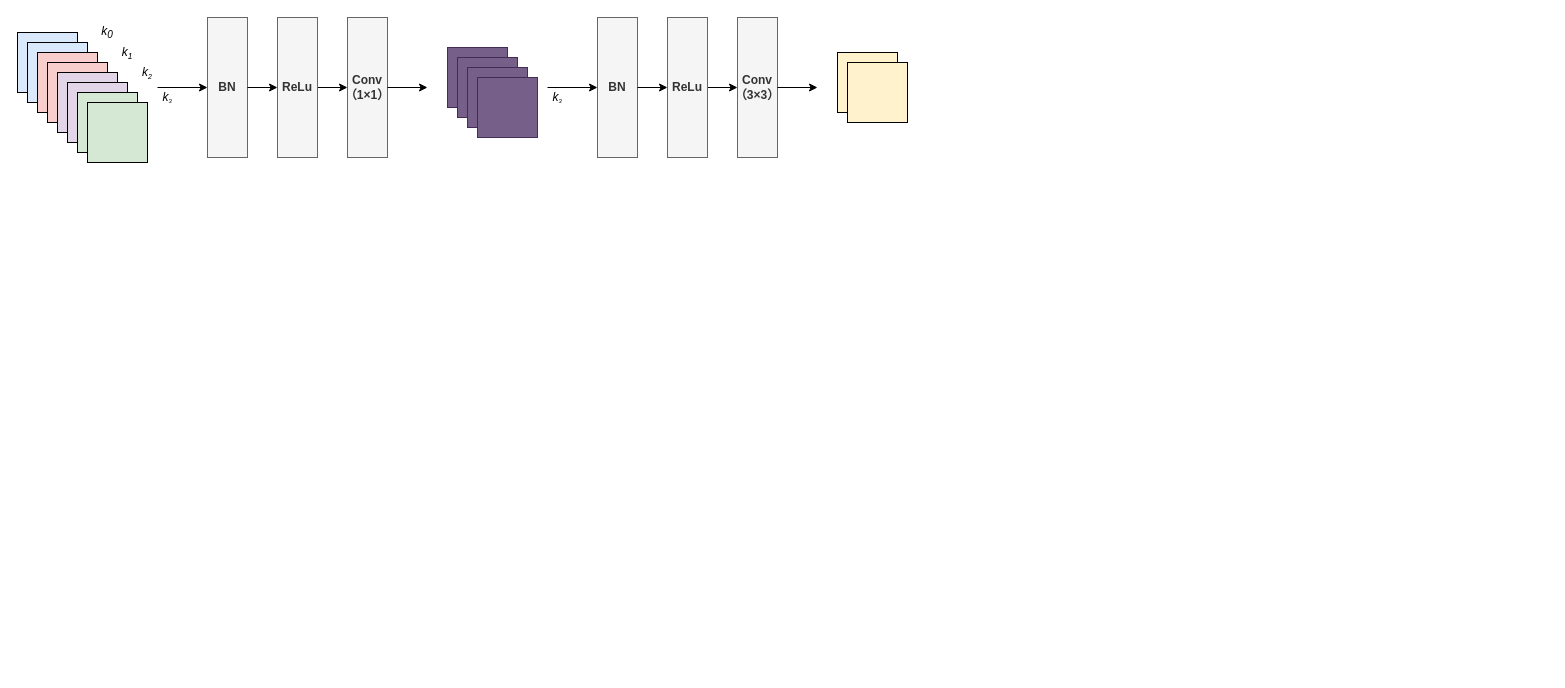
Above: DenseNet.drawio in abdzhangzeyu/draw.io (draw.io), before the change. Source tidied: cells renumbered, new cells numbered last; positions are measured from the earlier drawing's top-left corner, leaving out a move shared by most shapes. Both pictures are drawn from the tidied source at 100%, with x=0, y=0 at pixel (17, 17).
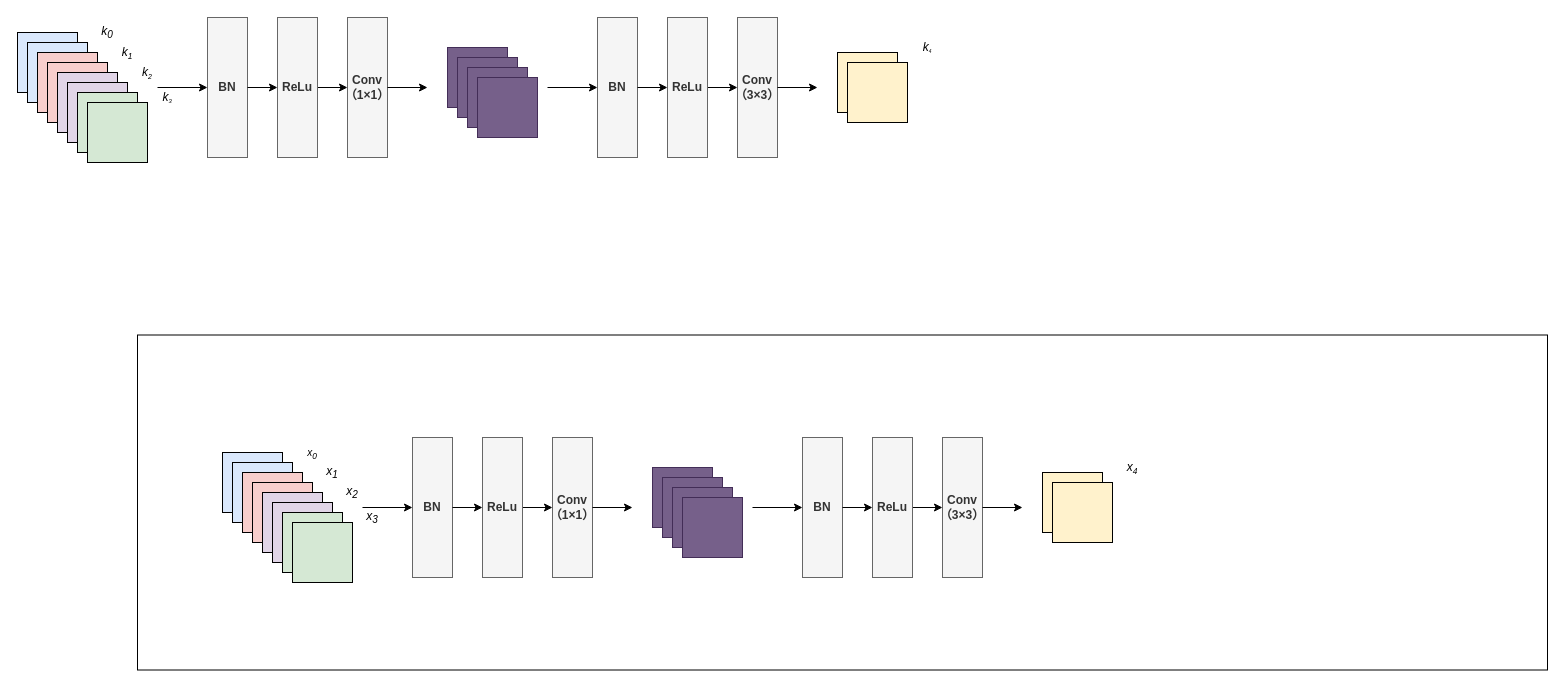
The same page after the edit.

What changed in the source:
```diff
@@
-    <mxCell id="32" value="&lt;i&gt;k&lt;span style=&quot;font-size: 6.94444px&quot;&gt;&lt;sub&gt;3&lt;/sub&gt;&lt;/span&gt;&lt;/i&gt;" style="text;html=1;strokeColor=none;fillColor=none;align=center;verticalAlign=middle;whiteSpace=wrap;rounded=0;" parent="1" vertex="1">
-      <mxGeometry x="520" y="70" width="40" height="20" as="geometry" />
-    </mxCell>
@@
+    <mxCell id="35" value="&lt;i&gt;k&lt;span style=&quot;font-size: 5.78703px&quot;&gt;&lt;sub&gt;4&lt;/sub&gt;&lt;/span&gt;&lt;/i&gt;" style="text;html=1;strokeColor=none;fillColor=none;align=center;verticalAlign=middle;whiteSpace=wrap;rounded=0;" parent="1" vertex="1">
+      <mxGeometry x="890" y="20" width="40" height="20" as="geometry" />
+    </mxCell>
+    <mxCell id="36" style="rounded=0;whiteSpace=wrap;html=1;strokeColor=#000000;" parent="1" vertex="1">
+      <mxGeometry x="120" y="317.5" width="1410" height="335" as="geometry" />
+    </mxCell>
+    <mxCell id="37" style="rounded=0;whiteSpace=wrap;html=1;fillColor=#dae8fc;" parent="1" vertex="1">
+      <mxGeometry x="205" y="435" width="60" height="60" as="geometry" />
+    </mxCell>
+    <mxCell id="38" style="rounded=0;whiteSpace=wrap;html=1;fillColor=#dae8fc;" parent="1" vertex="1">
+      <mxGeometry x="215" y="445" width="60" height="60" as="geometry" />
+    </mxCell>
+    <mxCell id="39" style="rounded=0;whiteSpace=wrap;html=1;fillColor=#f8cecc;" parent="1" vertex="1">
+      <mxGeometry x="225" y="455" width="60" height="60" as="geometry" />
+    </mxCell>
+    <mxCell id="40" style="rounded=0;whiteSpace=wrap;html=1;fillColor=#f8cecc;" parent="1" vertex="1">
+      <mxGeometry x="235" y="465" width="60" height="60" as="geometry" />
+    </mxCell>
+    <mxCell id="41" style="rounded=0;whiteSpace=wrap;html=1;fillColor=#e1d5e7;" parent="1" vertex="1">
+      <mxGeometry x="245" y="475" width="60" height="60" as="geometry" />
+    </mxCell>
+    <mxCell id="42" style="rounded=0;whiteSpace=wrap;html=1;fillColor=#e1d5e7;" parent="1" vertex="1">
+      <mxGeometry x="255" y="485" width="60" height="60" as="geometry" />
+    </mxCell>
+    <mxCell id="43" style="rounded=0;whiteSpace=wrap;html=1;fillColor=#d5e8d4;" parent="1" vertex="1">
+      <mxGeometry x="265" y="495" width="60" height="60" as="geometry" />
+    </mxCell>
+    <mxCell id="44" style="rounded=0;whiteSpace=wrap;html=1;fillColor=#d5e8d4;" parent="1" vertex="1">
+      <mxGeometry x="275" y="505" width="60" height="60" as="geometry" />
+    </mxCell>
+    <mxCell id="45" value="&lt;b&gt;BN&lt;/b&gt;" style="rounded=0;whiteSpace=wrap;html=1;arcSize=8;fillColor=#f5f5f5;strokeColor=#666666;fontColor=#333333;" parent="1" vertex="1">
+      <mxGeometry x="395" y="420" width="40" height="140" as="geometry" />
+    </mxCell>
+    <mxCell id="46" style="endArrow=classic;html=1;strokeWidth=1;" parent="1" edge="1">
+      <mxGeometry relative="1" as="geometry">
+        <mxPoint x="345" y="490" as="sourcePoint" />
+        <mxPoint x="395" y="490" as="targetPoint" />
+      </mxGeometry>
+    </mxCell>
+    <mxCell id="47" style="endArrow=classic;html=1;strokeWidth=1;exitX=1;exitY=0.5;exitDx=0;exitDy=0;entryX=0;entryY=0.5;entryDx=0;entryDy=0;" parent="1" edge="1" source="45" target="49">
+      <mxGeometry relative="1" as="geometry" />
+    </mxCell>
+    <mxCell id="48" style="endArrow=classic;html=1;strokeWidth=1;entryX=0;entryY=0.5;entryDx=0;entryDy=0;exitX=1;exitY=0.5;exitDx=0;exitDy=0;" parent="1" edge="1" source="49" target="50">
+      <mxGeometry relative="1" as="geometry" />
+    </mxCell>
+    <mxCell id="49" value="&lt;b&gt;ReLu&lt;/b&gt;" style="rounded=0;whiteSpace=wrap;html=1;arcSize=8;fillColor=#f5f5f5;strokeColor=#666666;fontColor=#333333;" parent="1" vertex="1">
+      <mxGeometry x="465" y="420" width="40" height="140" as="geometry" />
+    </mxCell>
+    <mxCell id="50" value="&lt;b&gt;Conv&lt;br&gt;（1×1）&lt;br&gt;&lt;/b&gt;" style="rounded=0;whiteSpace=wrap;html=1;arcSize=8;fillColor=#f5f5f5;strokeColor=#666666;fontColor=#333333;" parent="1" vertex="1">
+      <mxGeometry x="535" y="420" width="40" height="140" as="geometry" />
+    </mxCell>
+    <mxCell id="51" style="endArrow=classic;html=1;strokeColor=#000000;strokeWidth=1;exitX=1;exitY=0.5;exitDx=0;exitDy=0;" parent="1" edge="1" source="50">
+      <mxGeometry relative="1" as="geometry">
+        <mxPoint x="615" y="490" as="targetPoint" />
+      </mxGeometry>
+    </mxCell>
+    <mxCell id="52" value="&lt;span style=&quot;font-size: 10px&quot;&gt;&lt;i&gt;x&lt;sub&gt;0&lt;/sub&gt;&lt;/i&gt;&lt;/span&gt;" style="text;html=1;strokeColor=none;fillColor=none;align=center;verticalAlign=middle;whiteSpace=wrap;rounded=0;" parent="1" vertex="1">
+      <mxGeometry x="275" y="425" width="40" height="20" as="geometry" />
+    </mxCell>
+    <mxCell id="53" value="&lt;i&gt;x&lt;sub&gt;1&lt;/sub&gt;&lt;/i&gt;" style="text;html=1;strokeColor=none;fillColor=none;align=center;verticalAlign=middle;whiteSpace=wrap;rounded=0;" parent="1" vertex="1">
+      <mxGeometry x="295" y="445" width="40" height="20" as="geometry" />
+    </mxCell>
+    <mxCell id="54" value="&lt;i&gt;x&lt;sub&gt;2&lt;/sub&gt;&lt;/i&gt;" style="text;html=1;strokeColor=none;fillColor=none;align=center;verticalAlign=middle;whiteSpace=wrap;rounded=0;" parent="1" vertex="1">
+      <mxGeometry x="315" y="465" width="40" height="20" as="geometry" />
+    </mxCell>
+    <mxCell id="55" value="&lt;i&gt;x&lt;sub&gt;3&lt;/sub&gt;&lt;/i&gt;" style="text;html=1;strokeColor=none;fillColor=none;align=center;verticalAlign=middle;whiteSpace=wrap;rounded=0;" parent="1" vertex="1">
+      <mxGeometry x="335" y="490" width="40" height="20" as="geometry" />
+    </mxCell>
+    <mxCell id="56" style="rounded=0;whiteSpace=wrap;html=1;fillColor=#76608a;strokeColor=#432D57;fontColor=#ffffff;" parent="1" vertex="1">
+      <mxGeometry x="635" y="450" width="60" height="60" as="geometry" />
+    </mxCell>
+    <mxCell id="57" style="rounded=0;whiteSpace=wrap;html=1;fillColor=#76608a;strokeColor=#432D57;fontColor=#ffffff;" parent="1" vertex="1">
+      <mxGeometry x="645" y="460" width="60" height="60" as="geometry" />
+    </mxCell>
+    <mxCell id="58" style="rounded=0;whiteSpace=wrap;html=1;fillColor=#76608a;strokeColor=#432D57;fontColor=#ffffff;" parent="1" vertex="1">
+      <mxGeometry x="655" y="470" width="60" height="60" as="geometry" />
+    </mxCell>
+    <mxCell id="59" style="rounded=0;whiteSpace=wrap;html=1;fillColor=#76608a;strokeColor=#432D57;fontColor=#ffffff;" parent="1" vertex="1">
+      <mxGeometry x="665" y="480" width="60" height="60" as="geometry" />
+    </mxCell>
+    <mxCell id="60" value="&lt;b&gt;BN&lt;/b&gt;" style="rounded=0;whiteSpace=wrap;html=1;arcSize=8;fillColor=#f5f5f5;strokeColor=#666666;fontColor=#333333;" parent="1" vertex="1">
+      <mxGeometry x="785" y="420" width="40" height="140" as="geometry" />
+    </mxCell>
+    <mxCell id="61" style="endArrow=classic;html=1;strokeWidth=1;" parent="1" edge="1">
+      <mxGeometry relative="1" as="geometry">
+        <mxPoint x="735" y="490" as="sourcePoint" />
+        <mxPoint x="785" y="490" as="targetPoint" />
+      </mxGeometry>
+    </mxCell>
+    <mxCell id="62" style="endArrow=classic;html=1;strokeWidth=1;exitX=1;exitY=0.5;exitDx=0;exitDy=0;entryX=0;entryY=0.5;entryDx=0;entryDy=0;" parent="1" edge="1" source="60" target="64">
+      <mxGeometry relative="1" as="geometry" />
+    </mxCell>
+    <mxCell id="63" style="endArrow=classic;html=1;strokeWidth=1;entryX=0;entryY=0.5;entryDx=0;entryDy=0;exitX=1;exitY=0.5;exitDx=0;exitDy=0;" parent="1" edge="1" source="64" target="65">
+      <mxGeometry relative="1" as="geometry" />
+    </mxCell>
+    <mxCell id="64" value="&lt;b&gt;ReLu&lt;/b&gt;" style="rounded=0;whiteSpace=wrap;html=1;arcSize=8;fillColor=#f5f5f5;strokeColor=#666666;fontColor=#333333;" parent="1" vertex="1">
+      <mxGeometry x="855" y="420" width="40" height="140" as="geometry" />
+    </mxCell>
+    <mxCell id="65" value="&lt;b&gt;Conv&lt;br&gt;（3×3）&lt;br&gt;&lt;/b&gt;" style="rounded=0;whiteSpace=wrap;html=1;arcSize=8;fillColor=#f5f5f5;strokeColor=#666666;fontColor=#333333;" parent="1" vertex="1">
+      <mxGeometry x="925" y="420" width="40" height="140" as="geometry" />
+    </mxCell>
+    <mxCell id="66" style="endArrow=classic;html=1;strokeColor=#000000;strokeWidth=1;exitX=1;exitY=0.5;exitDx=0;exitDy=0;" parent="1" edge="1" source="65">
+      <mxGeometry relative="1" as="geometry">
+        <mxPoint x="1005" y="490" as="targetPoint" />
+      </mxGeometry>
+    </mxCell>
+    <mxCell id="67" style="rounded=0;whiteSpace=wrap;html=1;fillColor=#fff2cc;" parent="1" vertex="1">
+      <mxGeometry x="1025" y="455" width="60" height="60" as="geometry" />
+    </mxCell>
+    <mxCell id="68" style="rounded=0;whiteSpace=wrap;html=1;fillColor=#fff2cc;" parent="1" vertex="1">
+      <mxGeometry x="1035" y="465" width="60" height="60" as="geometry" />
+    </mxCell>
+    <mxCell id="69" value="&lt;i&gt;x&lt;span style=&quot;font-size: 10px&quot;&gt;&lt;sub&gt;4&lt;/sub&gt;&lt;/span&gt;&lt;/i&gt;" style="text;html=1;strokeColor=none;fillColor=none;align=center;verticalAlign=middle;whiteSpace=wrap;rounded=0;" parent="1" vertex="1">
+      <mxGeometry x="1095" y="440" width="40" height="20" as="geometry" />
+    </mxCell>
```
